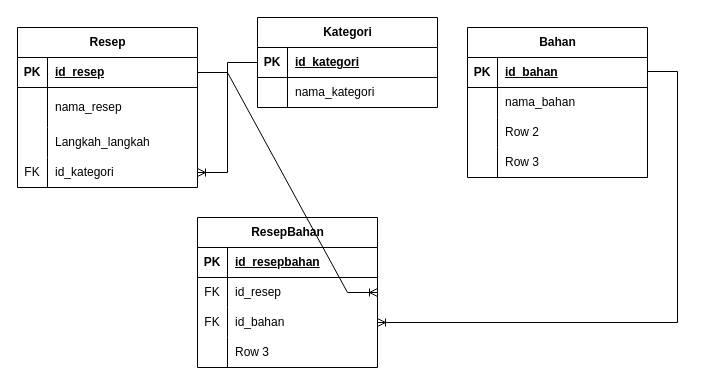
kokowase/Resep-Makanan keeps this draw.io diagram as Diagram Tanpa Judul.drawio. Above is the earlier version. Source tidied: cells renumbered, new cells numbered last; positions are measured from the earlier drawing's top-left corner, leaving out a move shared by most shapes. Both pictures are drawn from the tidied source at 100%, with x=0, y=0 at pixel (17, 17).
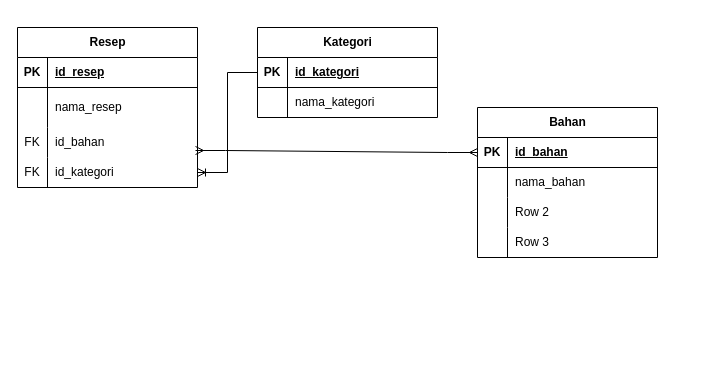
The same diagram, later.

The change refers to these unchanged cells:
```xml
<mxCell id="4" style="shape=tableRow;horizontal=0;startSize=0;swimlaneHead=0;swimlaneBody=0;fillColor=none;points=[[0,0.5],[1,0.5]];portConstraint=eastwest;top=0;left=0;right=0;bottom=1;" parent="3" vertex="1">
  <mxGeometry y="30" width="180" height="30" as="geometry" />
</mxCell>
<mxCell id="10" style="shape=tableRow;horizontal=0;startSize=0;swimlaneHead=0;swimlaneBody=0;fillColor=none;points=[[0,0.5],[1,0.5]];portConstraint=eastwest;top=0;left=0;right=0;bottom=0;" parent="3" vertex="1">
  <mxGeometry y="100" width="180" height="30" as="geometry" />
</mxCell>
<mxCell id="24" style="shape=tableRow;horizontal=0;startSize=0;swimlaneHead=0;swimlaneBody=0;fillColor=none;points=[[0,0.5],[1,0.5]];portConstraint=eastwest;top=0;left=0;right=0;bottom=1;" parent="23" vertex="1">
  <mxGeometry y="30" width="180" height="30" as="geometry" />
</mxCell>
```

What changed in the source:
```diff
@@
-    <mxCell id="11" style="shape=partialRectangle;fillColor=none;top=0;left=0;bottom=0;right=0;overflow=hidden;whiteSpace=wrap;html=1;" parent="10" vertex="1">
+    <mxCell id="11" value="FK" style="shape=partialRectangle;fillColor=none;top=0;left=0;bottom=0;right=0;overflow=hidden;whiteSpace=wrap;html=1;" parent="10" vertex="1">
       <mxGeometry width="30" height="30" as="geometry" />
     </mxCell>
-    <mxCell id="12" value="Langkah_langkah" style="shape=partialRectangle;fillColor=none;top=0;left=0;bottom=0;right=0;align=left;spacingLeft=6;overflow=hidden;whiteSpace=wrap;html=1;" parent="10" vertex="1">
+    <mxCell id="12" value="id_bahan" style="shape=partialRectangle;fillColor=none;top=0;left=0;bottom=0;right=0;align=left;spacingLeft=6;overflow=hidden;whiteSpace=wrap;html=1;" parent="10" vertex="1">
       <mxGeometry x="30" width="150" height="30" as="geometry" />
     </mxCell>
@@
     <mxCell id="16" value="Kategori" style="shape=table;startSize=30;childLayout=tableLayout;rowLines=0;fontStyle=1;align=center;html=1;" parent="1" vertex="1">
-      <mxGeometry x="240" width="180" height="90" as="geometry" />
+      <mxGeometry x="240" y="10" width="180" height="90" as="geometry" />
     </mxCell>
@@
     <mxCell id="23" value="Bahan" style="shape=table;startSize=30;childLayout=tableLayout;rowLines=0;fontStyle=1;align=center;html=1;" parent="1" vertex="1">
-      <mxGeometry x="450" y="10" width="180" height="150" as="geometry" />
+      <mxGeometry x="460" y="90" width="180" height="150" as="geometry" />
     </mxCell>
@@
-    <mxCell id="36" value="ResepBahan" style="shape=table;startSize=30;childLayout=tableLayout;rowLines=0;fontStyle=1;align=center;html=1;" parent="1" vertex="1">
-      <mxGeometry x="180" y="200" width="180" height="150" as="geometry" />
-    </mxCell>
-    <mxCell id="37" style="shape=tableRow;horizontal=0;startSize=0;swimlaneHead=0;swimlaneBody=0;fillColor=none;top=0;left=0;right=0;bottom=1;" parent="36" vertex="1">
-      <mxGeometry y="30" width="180" height="30" as="geometry" />
-    </mxCell>
-    <mxCell id="38" value="PK" style="shape=partialRectangle;fillColor=none;top=0;left=0;bottom=0;right=0;fontStyle=1;overflow=hidden;whiteSpace=wrap;html=1;" parent="37" vertex="1">
-      <mxGeometry width="30" height="30" as="geometry" />
-    </mxCell>
-    <mxCell id="39" value="id_resepbahan" style="shape=partialRectangle;fillColor=none;top=0;left=0;bottom=0;right=0;align=left;spacingLeft=6;fontStyle=5;overflow=hidden;whiteSpace=wrap;html=1;" parent="37" vertex="1">
-      <mxGeometry x="30" width="150" height="30" as="geometry" />
-    </mxCell>
-    <mxCell id="40" style="shape=tableRow;horizontal=0;startSize=0;swimlaneHead=0;swimlaneBody=0;fillColor=none;points=[[0,0.5],[1,0.5]];portConstraint=eastwest;top=0;left=0;right=0;bottom=0;" parent="36" vertex="1">
-      <mxGeometry y="60" width="180" height="30" as="geometry" />
-    </mxCell>
-    <mxCell id="41" value="FK" style="shape=partialRectangle;fillColor=none;top=0;left=0;bottom=0;right=0;overflow=hidden;whiteSpace=wrap;html=1;" parent="40" vertex="1">
-      <mxGeometry width="30" height="30" as="geometry" />
-    </mxCell>
-    <mxCell id="42" value="id_resep" style="shape=partialRectangle;fillColor=none;top=0;left=0;bottom=0;right=0;align=left;spacingLeft=6;overflow=hidden;whiteSpace=wrap;html=1;" parent="40" vertex="1">
-      <mxGeometry x="30" width="150" height="30" as="geometry" />
-    </mxCell>
-    <mxCell id="43" style="shape=tableRow;horizontal=0;startSize=0;swimlaneHead=0;swimlaneBody=0;fillColor=none;points=[[0,0.5],[1,0.5]];portConstraint=eastwest;top=0;left=0;right=0;bottom=0;" parent="36" vertex="1">
-      <mxGeometry y="90" width="180" height="30" as="geometry" />
-    </mxCell>
-    <mxCell id="44" value="FK" style="shape=partialRectangle;fillColor=none;top=0;left=0;bottom=0;right=0;overflow=hidden;whiteSpace=wrap;html=1;" parent="43" vertex="1">
-      <mxGeometry width="30" height="30" as="geometry" />
-    </mxCell>
-    <mxCell id="45" value="id_bahan" style="shape=partialRectangle;fillColor=none;top=0;left=0;bottom=0;right=0;align=left;spacingLeft=6;overflow=hidden;whiteSpace=wrap;html=1;" parent="43" vertex="1">
-      <mxGeometry x="30" width="150" height="30" as="geometry" />
-    </mxCell>
-    <mxCell id="46" style="shape=tableRow;horizontal=0;startSize=0;swimlaneHead=0;swimlaneBody=0;fillColor=none;top=0;left=0;right=0;bottom=0;" parent="36" vertex="1">
-      <mxGeometry y="120" width="180" height="30" as="geometry" />
-    </mxCell>
-    <mxCell id="47" style="shape=partialRectangle;fillColor=none;top=0;left=0;bottom=0;right=0;overflow=hidden;whiteSpace=wrap;html=1;" parent="46" vertex="1">
-      <mxGeometry width="30" height="30" as="geometry" />
-    </mxCell>
-    <mxCell id="48" value="Row 3" style="shape=partialRectangle;fillColor=none;top=0;left=0;bottom=0;right=0;align=left;spacingLeft=6;overflow=hidden;whiteSpace=wrap;html=1;" parent="46" vertex="1">
-      <mxGeometry x="30" width="150" height="30" as="geometry" />
-    </mxCell>
-    <mxCell id="49" style="edgeStyle=entityRelationEdgeStyle;fontSize=12;html=1;endArrow=ERoneToMany;rounded=0;exitX=1;exitY=0.5;exitDx=0;exitDy=0;entryX=1;entryY=0.5;entryDx=0;entryDy=0;" parent="1" edge="1" source="4" target="40">
-      <mxGeometry relative="1" as="geometry" />
-    </mxCell>
-    <mxCell id="50" style="edgeStyle=entityRelationEdgeStyle;fontSize=12;html=1;endArrow=ERoneToMany;rounded=0;entryX=1;entryY=0.5;entryDx=0;entryDy=0;" parent="1" edge="1" target="43">
-      <mxGeometry relative="1" as="geometry">
-        <mxPoint x="630" y="54" as="sourcePoint" />
-      </mxGeometry>
-    </mxCell>
+    <mxCell id="51" style="edgeStyle=entityRelationEdgeStyle;fontSize=12;html=1;endArrow=ERmany;startArrow=ERmany;rounded=0;exitX=0.989;exitY=0.767;exitDx=0;exitDy=0;exitPerimeter=0;" parent="1" edge="1" source="10" target="24">
+      <mxGeometry relative="1" as="geometry">
+        <Array as="points">
+          <mxPoint x="415" y="176.2" />
+          <mxPoint x="445" y="176.2" />
+          <mxPoint x="425" y="176.2" />
+        </Array>
+      </mxGeometry>
+    </mxCell>
```
